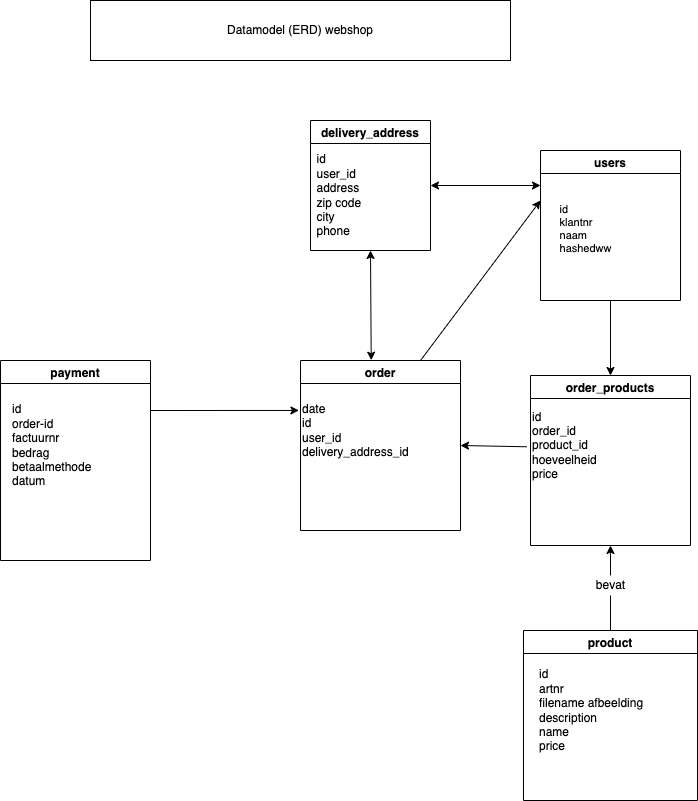
Earlier version of the draw.io export Diagrams/ERD_webshop.drawio.png (koenti91/educom-webshop-database). Source tidied: cells renumbered, new cells last; positions are measured from the earlier drawing's top-left corner, leaving out a move shared by most shapes.
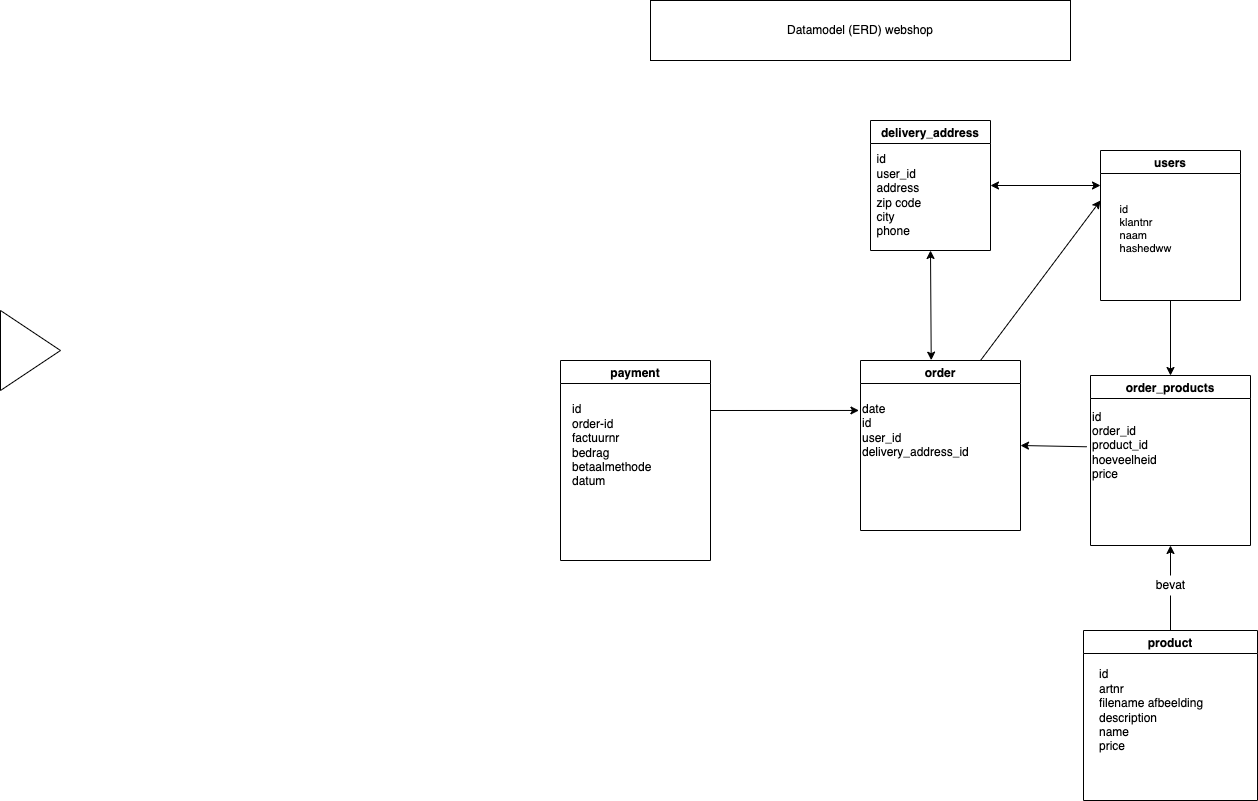
The same diagram one commit later.

Commit message:
02-D: Opdracht 3.2: Plaats een webshop order in de database #6

Change to the diagram source:
```diff
@@ -77,5 +77,8 @@
     <mxCell id="24" style="endArrow=classic;startArrow=classic;html=1;entryX=0.5;entryY=1;entryDx=0;entryDy=0;exitX=0.442;exitY=-0.002;exitDx=0;exitDy=0;exitPerimeter=0;" parent="1" edge="1" source="16" target="21">
       <mxGeometry relative="1" as="geometry" />
     </mxCell>
+    <mxCell id="25" style="triangle;whiteSpace=wrap;html=1;" parent="1" vertex="1">
+      <mxGeometry x="-560" y="310" width="60" height="80" as="geometry" />
+    </mxCell>
   </root>
 </mxGraphModel>
```
